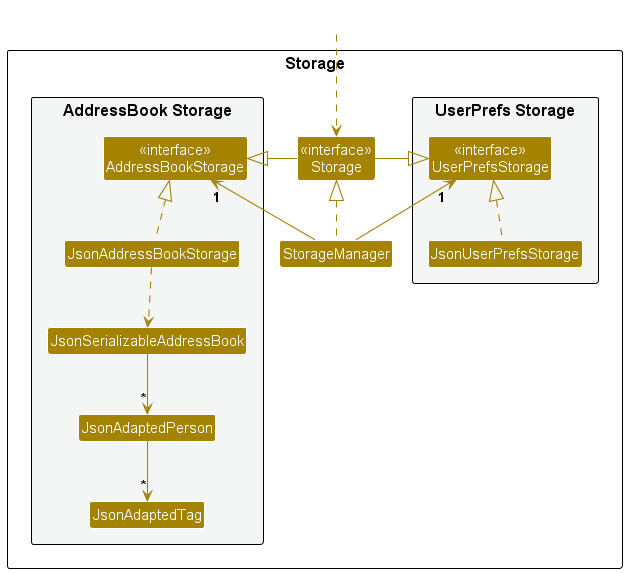
Earlier version of the PlantUML export docs/images/StorageClassDiagram.png (nus-cs2103-AY2425S1/tp).
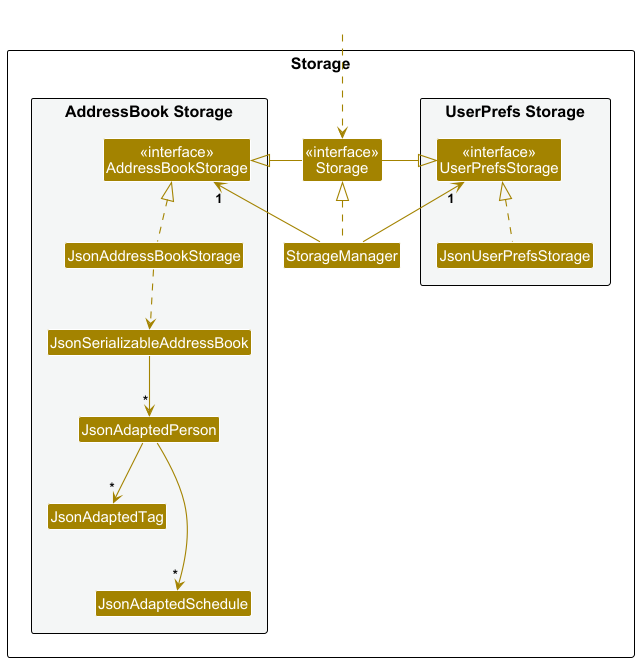
The same file after the commit.

Commit message:
Update UML diagrams

Diff of the diagram source:
```diff
@@ -20,6 +20,7 @@
 Class JsonSerializableAddressBook
 Class JsonAdaptedPerson
 Class JsonAdaptedTag
+Class JsonAdaptedSchedule
 }
 
 }
@@ -39,5 +40,6 @@
 JsonAddressBookStorage ..> JsonSerializableAddressBook
 JsonSerializableAddressBook --> "*" JsonAdaptedPerson
 JsonAdaptedPerson --> "*" JsonAdaptedTag
+JsonAdaptedPerson ---> "*" JsonAdaptedSchedule
 
 @enduml
```
